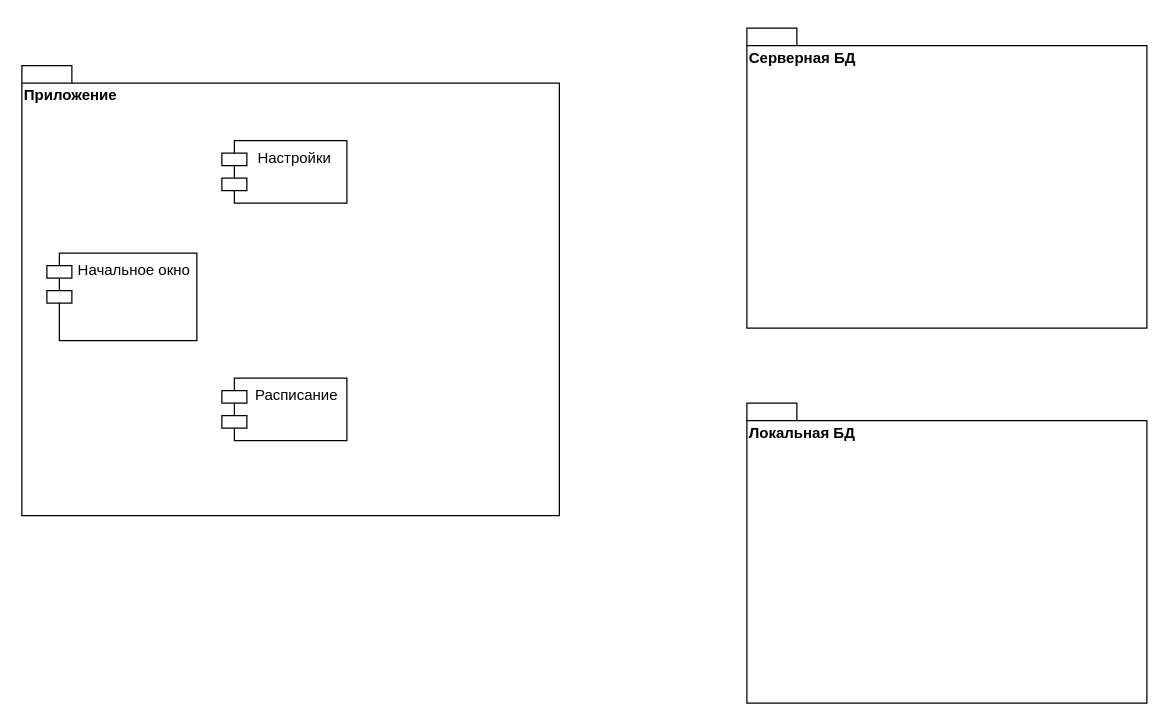
The draw.io diagram 7 работа АКМ.drawio in Merfarion/Diagrams-and-schemes, before the edit. Source tidied: cells renumbered, new cells numbered last; positions are measured from the earlier drawing's top-left corner, leaving out a move shared by most shapes. Both pictures are drawn from the tidied source at 125%, with x=0, y=0 at pixel (21, 28).
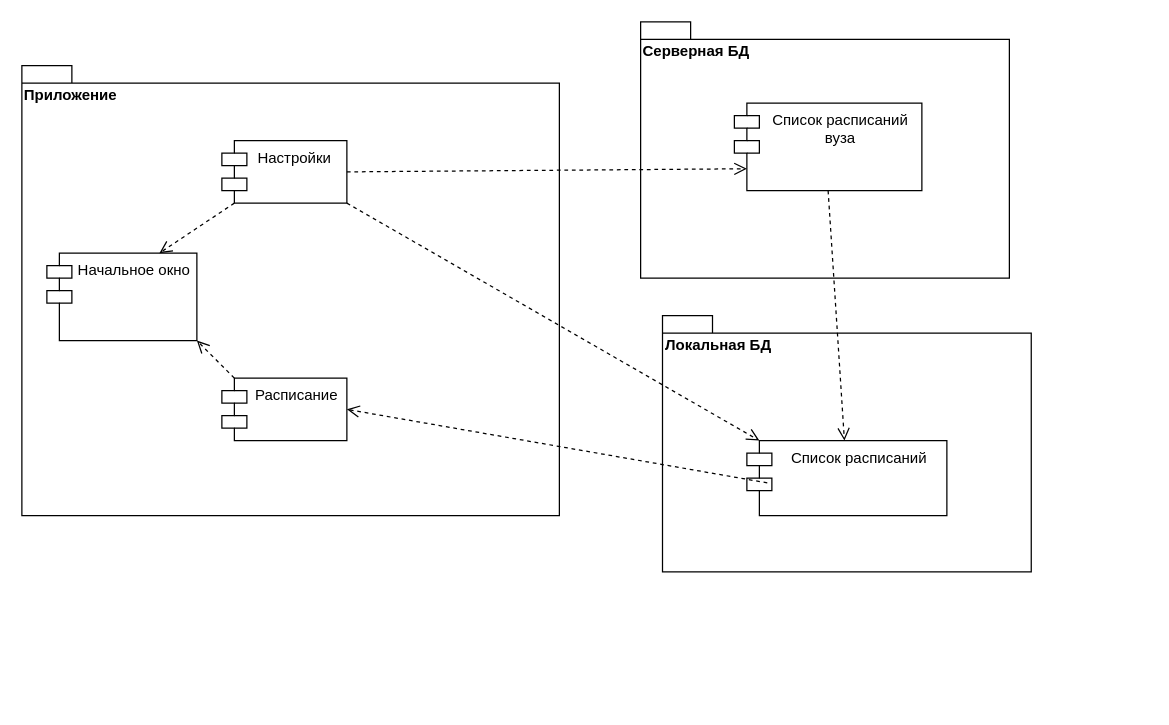
Above is the later version.

Change to the diagram source:
```diff
@@
 <mxGraphModel>
   <root>
     <mxCell id="0" />
     <mxCell id="1" parent="0" />
+    <mxCell id="7" value="Локальная БД" style="shape=folder;fontStyle=1;spacingTop=10;tabWidth=40;tabHeight=14;tabPosition=left;html=1;labelPosition=center;verticalLabelPosition=middle;align=left;verticalAlign=top;" parent="1" vertex="1">
+      <mxGeometry x="512.5" y="230" width="295" height="205" as="geometry" />
+    </mxCell>
+    <mxCell id="8" value="Список расписаний" style="shape=module;align=left;spacingLeft=20;align=center;verticalAlign=top;" parent="1" vertex="1">
+      <mxGeometry x="580" y="330" width="160" height="60" as="geometry" />
+    </mxCell>
+    <mxCell id="6" value="Серверная БД" style="shape=folder;fontStyle=1;spacingTop=10;tabWidth=40;tabHeight=14;tabPosition=left;html=1;labelPosition=center;verticalLabelPosition=middle;align=left;verticalAlign=top;" parent="1" vertex="1">
+      <mxGeometry x="495" y="-5" width="295" height="205" as="geometry" />
+    </mxCell>
     <mxCell id="2" value="Приложение" style="shape=folder;fontStyle=1;spacingTop=10;tabWidth=40;tabHeight=14;tabPosition=left;html=1;labelPosition=center;verticalLabelPosition=middle;align=left;verticalAlign=top;" parent="1" vertex="1">
       <mxGeometry y="30" width="430" height="360" as="geometry" />
     </mxCell>
     <mxCell id="3" value="Настройки " style="shape=module;align=left;spacingLeft=20;align=center;verticalAlign=top;" parent="1" vertex="1">
       <mxGeometry x="160" y="90" width="100" height="50" as="geometry" />
     </mxCell>
     <mxCell id="4" value="Начальное окно" style="shape=module;align=left;spacingLeft=20;align=center;verticalAlign=top;" parent="1" vertex="1">
       <mxGeometry x="20" y="180" width="120" height="70" as="geometry" />
     </mxCell>
     <mxCell id="5" value="Расписание" style="shape=module;align=left;spacingLeft=20;align=center;verticalAlign=top;" parent="1" vertex="1">
       <mxGeometry x="160" y="280" width="100" height="50" as="geometry" />
     </mxCell>
-    <mxCell id="6" value="Серверная БД" style="shape=folder;fontStyle=1;spacingTop=10;tabWidth=40;tabHeight=14;tabPosition=left;html=1;labelPosition=center;verticalLabelPosition=middle;align=left;verticalAlign=top;" parent="1" vertex="1">
-      <mxGeometry x="580" width="320" height="240" as="geometry" />
-    </mxCell>
-    <mxCell id="7" value="Локальная БД" style="shape=folder;fontStyle=1;spacingTop=10;tabWidth=40;tabHeight=14;tabPosition=left;html=1;labelPosition=center;verticalLabelPosition=middle;align=left;verticalAlign=top;" parent="1" vertex="1">
-      <mxGeometry x="580" y="300" width="320" height="240" as="geometry" />
-    </mxCell>
+    <mxCell id="9" value="Список расписаний&#10;вуза" style="shape=module;align=left;spacingLeft=20;align=center;verticalAlign=top;" parent="1" vertex="1">
+      <mxGeometry x="570" y="60" width="150" height="70" as="geometry" />
+    </mxCell>
+    <mxCell id="10" style="html=1;verticalAlign=bottom;endArrow=open;dashed=1;endSize=8;exitX=0.102;exitY=0.563;exitDx=0;exitDy=0;exitPerimeter=0;entryX=1;entryY=0.5;entryDx=0;entryDy=0;" parent="1" edge="1" source="8" target="5">
+      <mxGeometry relative="1" as="geometry" />
+    </mxCell>
+    <mxCell id="11" style="html=1;verticalAlign=bottom;endArrow=open;dashed=1;endSize=8;exitX=0;exitY=1;exitDx=10;exitDy=0;exitPerimeter=0;entryX=0.75;entryY=0;entryDx=0;entryDy=0;" parent="1" edge="1" source="3" target="4">
+      <mxGeometry relative="1" as="geometry" />
+    </mxCell>
+    <mxCell id="12" style="html=1;verticalAlign=bottom;endArrow=open;dashed=1;endSize=8;exitX=0;exitY=0;exitDx=10;exitDy=0;exitPerimeter=0;entryX=1;entryY=1;entryDx=0;entryDy=0;" parent="1" edge="1" source="5" target="4">
+      <mxGeometry relative="1" as="geometry" />
+    </mxCell>
+    <mxCell id="13" style="html=1;verticalAlign=bottom;endArrow=open;dashed=1;endSize=8;exitX=0.5;exitY=1;exitDx=0;exitDy=0;" parent="1" edge="1" source="9" target="8">
+      <mxGeometry relative="1" as="geometry" />
+    </mxCell>
+    <mxCell id="14" style="html=1;verticalAlign=bottom;endArrow=open;dashed=1;endSize=8;exitX=1;exitY=0.5;exitDx=0;exitDy=0;entryX=0;entryY=0.75;entryDx=10;entryDy=0;entryPerimeter=0;" parent="1" edge="1" source="3" target="9">
+      <mxGeometry relative="1" as="geometry" />
+    </mxCell>
+    <mxCell id="15" style="html=1;verticalAlign=bottom;endArrow=open;dashed=1;endSize=8;exitX=1;exitY=1;exitDx=0;exitDy=0;entryX=0;entryY=0;entryDx=10;entryDy=0;entryPerimeter=0;" parent="1" edge="1" source="3" target="8">
+      <mxGeometry relative="1" as="geometry" />
+    </mxCell>
   </root>
 </mxGraphModel>
```
